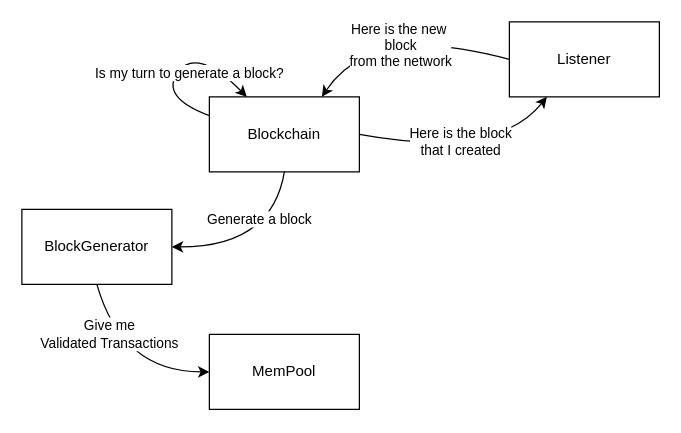
Before: HushServerNode.drawio in aboimpinto/HushServerNode, a draw.io diagram. Source tidied: cells renumbered, new cells numbered last; positions are measured from the earlier drawing's top-left corner, leaving out a move shared by most shapes. Both pictures are drawn from the tidied source at 125%, with x=0, y=0 at pixel (21, 21).
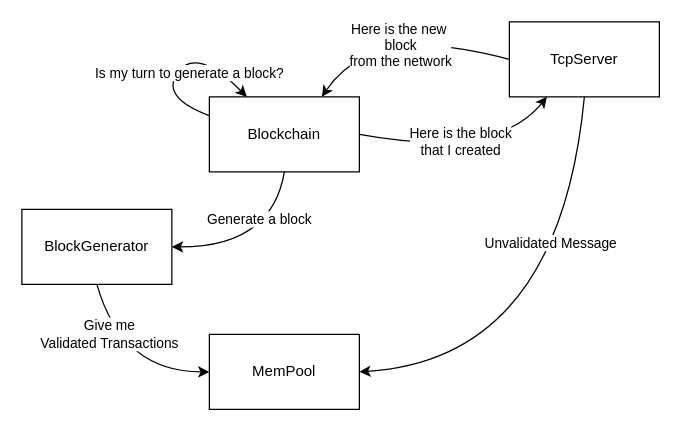
After the change.

The change refers to these unchanged cells:
```xml
<mxCell id="3" value="MemPool" style="rounded=0;whiteSpace=wrap;html=1;" parent="1" vertex="1">
  <mxGeometry x="150" y="250" width="120" height="60" as="geometry" />
</mxCell>
```

Diff of the diagram source:
```diff
@@
-    <mxCell id="13" value="Listener" style="rounded=0;whiteSpace=wrap;html=1;" parent="1" vertex="1">
+    <mxCell id="13" value="TcpServer&lt;br&gt;" style="rounded=0;whiteSpace=wrap;html=1;" parent="1" vertex="1">
       <mxGeometry x="390" width="120" height="60" as="geometry" />
     </mxCell>
@@
+    <mxCell id="16" style="curved=1;endArrow=classic;html=1;rounded=0;exitX=0.5;exitY=1;exitDx=0;exitDy=0;entryX=1;entryY=0.5;entryDx=0;entryDy=0;" parent="1" edge="1" source="13" target="3">
+      <mxGeometry relative="1" as="geometry">
+        <Array as="points">
+          <mxPoint x="430" y="270" />
+        </Array>
+      </mxGeometry>
+    </mxCell>
+    <mxCell id="17" value="Unvalidated Message" style="edgeLabel;html=1;align=center;verticalAlign=middle;" parent="16" vertex="1">
+      <mxGeometry x="-0.36" y="-16" relative="1" as="geometry" />
+    </mxCell>
```
